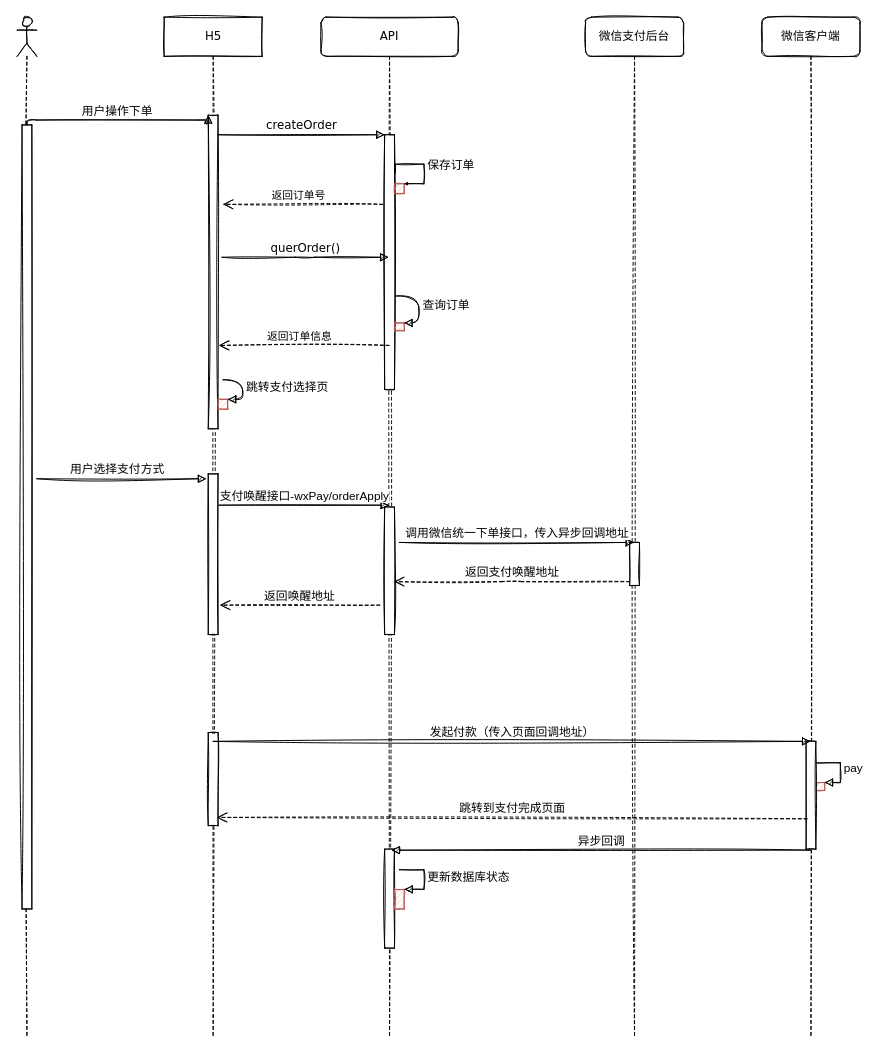
This is 未命名绘图.drawio from shuailee/note, a draw.io file, before an edit. Source tidied: cells renumbered, new cells numbered last; positions are measured from the earlier drawing's top-left corner, leaving out a move shared by most shapes. Both pictures are drawn from the tidied source at 98%, with x=0, y=0 at pixel (17, 17).
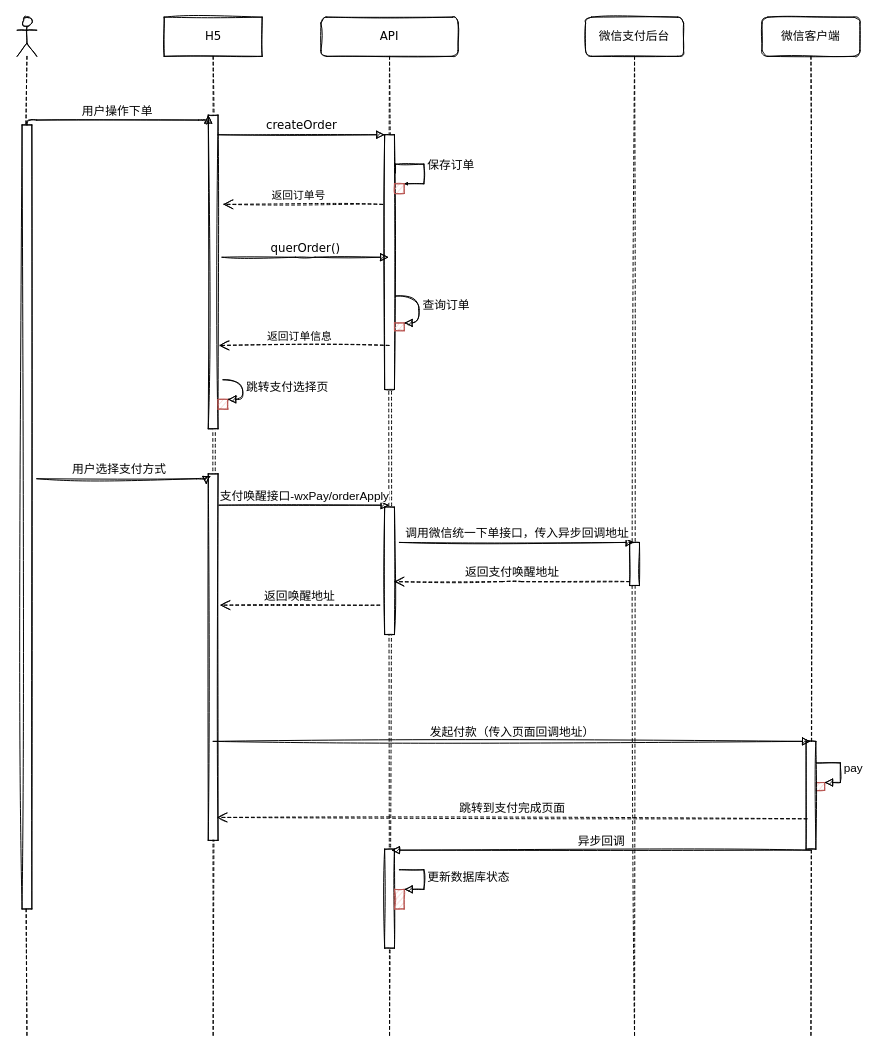
Above is the later version.

Commit message:
更新未命名绘图.drawio

Unchanged cells that the change refers to:
```xml
<mxCell id="2" value="H5" style="html=1;perimeter=orthogonalPerimeter;shape=umlLifeline;participant=label;shadow=0;fontFamily=Verdana;fontSize=12;fontColor=#000000;align=center;strokeColor=#000000;strokeWidth=1;fillColor=#ffffff;comic=0;sketch=1;" parent="1" vertex="1">
  <mxGeometry x="150" width="100" height="1040" as="geometry" />
</mxCell>
```

Diff of the diagram source:
```diff
@@
     <mxCell id="4" style="html=1;points=[];perimeter=orthogonalPerimeter;sketch=1;fontFamily=Helvetica;fontSize=19;" parent="2" vertex="1">
-      <mxGeometry x="45" y="466" width="10" height="164" as="geometry" />
+      <mxGeometry x="45" y="466" width="10" height="374" as="geometry" />
     </mxCell>
@@
-    <mxCell id="7" style="html=1;perimeter=orthogonalPerimeter;sketch=1;fontFamily=Helvetica;fontSize=12;" parent="2" vertex="1">
-      <mxGeometry x="45" y="730" width="10" height="95" as="geometry" />
-    </mxCell>
```
